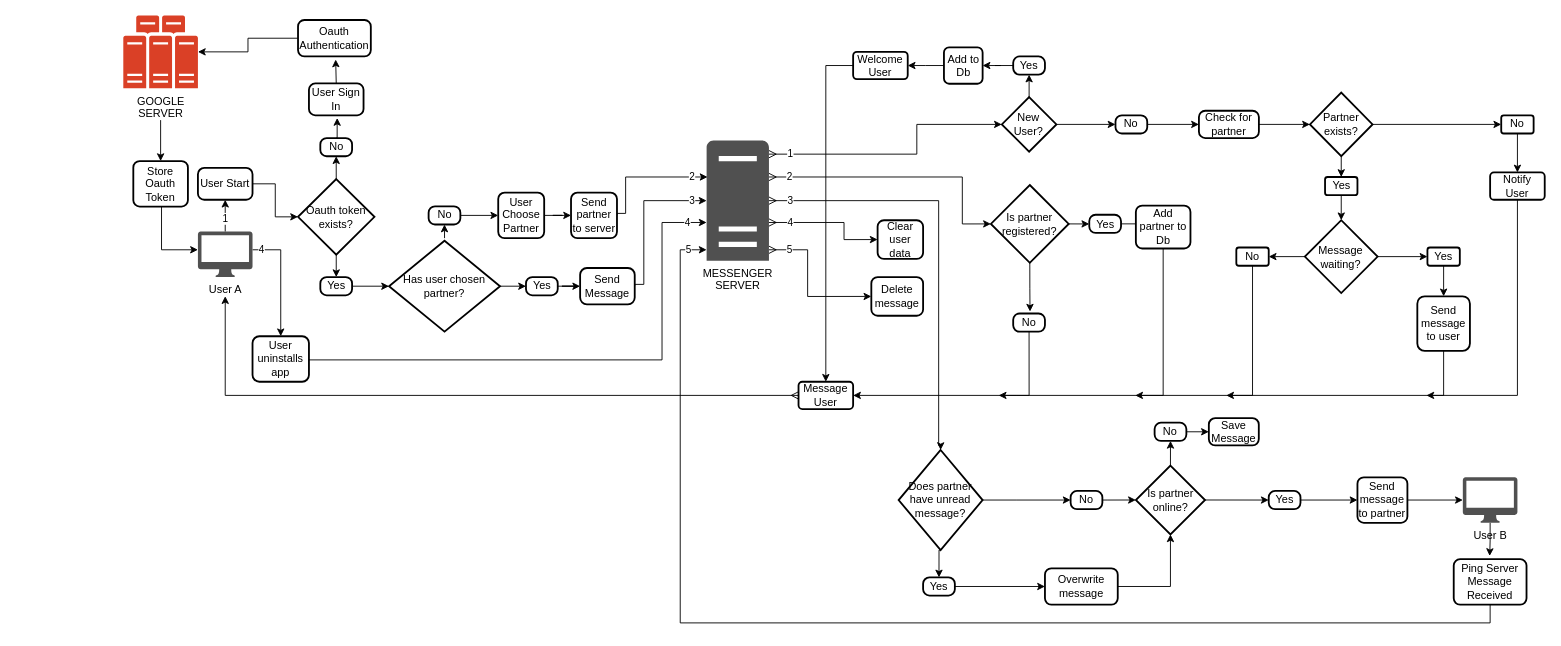
This is mini_messenger_flowchart.drawio from gitupwithit/mini_messenger_extension, a draw.io file, before an edit. Source tidied: cells renumbered, new cells numbered last; positions are measured from the earlier drawing's top-left corner, leaving out a move shared by most shapes. Both pictures are drawn from the tidied source at 91%, with x=0, y=0 at pixel (123, 15).
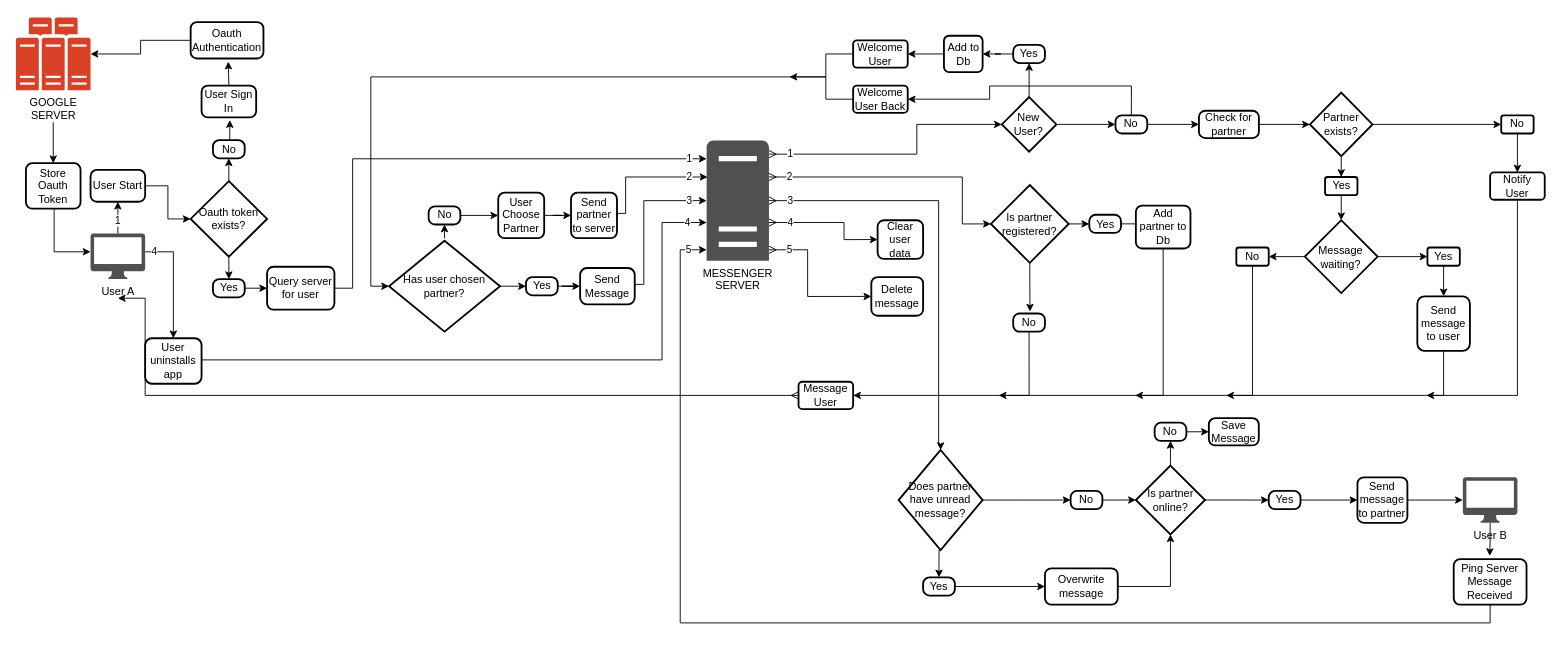
The same page after the edit.

The change refers to these unchanged cells:
```xml
<mxCell id="8" value="MESSENGER&lt;br&gt;SERVER" style="sketch=0;shadow=0;dashed=0;html=1;strokeColor=none;fillColor=#505050;labelPosition=center;verticalLabelPosition=bottom;verticalAlign=top;outlineConnect=0;align=center;shape=mxgraph.office.servers.server_generic;points=[[0.11,0.94,0,0,0],[0.5,1,0,0,34],[1,1,0,2,3]];" parent="1" vertex="1">
  <mxGeometry x="641" y="138" width="68.5" height="132" as="geometry" />
</mxCell>
<mxCell id="19" value="No" style="rounded=1;whiteSpace=wrap;html=1;absoluteArcSize=1;arcSize=14;strokeWidth=2;" parent="1" vertex="1">
  <mxGeometry x="1090.3" y="110.2" width="34.9" height="20" as="geometry" />
</mxCell>
<mxCell id="45" value="Has user chosen partner?" style="strokeWidth=2;html=1;shape=mxgraph.flowchart.decision;whiteSpace=wrap;" parent="1" vertex="1">
  <mxGeometry x="292" y="248" width="122" height="100" as="geometry" />
</mxCell>
<mxCell id="53" value="Send&lt;div&gt;partner to server&lt;/div&gt;" style="rounded=1;whiteSpace=wrap;html=1;absoluteArcSize=1;arcSize=14;strokeWidth=2;" parent="1" vertex="1">
  <mxGeometry x="492" y="195.2" width="50.5" height="50" as="geometry" />
</mxCell>
<mxCell id="65" value="Send Message" style="rounded=1;whiteSpace=wrap;html=1;absoluteArcSize=1;arcSize=15;strokeWidth=2;" parent="1" vertex="1">
  <mxGeometry x="502" y="278" width="60" height="40" as="geometry" />
</mxCell>
<mxCell id="86" value="Message User" style="whiteSpace=wrap;html=1;rounded=1;arcSize=14;strokeWidth=2;" parent="1" vertex="1">
  <mxGeometry x="742" y="403" width="60" height="30" as="geometry" />
</mxCell>
```

Change to the diagram source:
```diff
@@
     <mxCell id="2" value="1" style="edgeStyle=orthogonalEdgeStyle;rounded=0;jettySize=auto;html=1;entryX=0.5;entryY=1;entryDx=0;entryDy=0;" parent="1" edge="1" source="4" target="5">
       <mxGeometry x="-0.2" relative="1" as="geometry">
         <Array as="points">
-          <mxPoint x="112" y="218" />
-          <mxPoint x="112" y="218" />
+          <mxPoint x="-6" y="220.2" />
+          <mxPoint x="-6" y="220.2" />
         </Array>
       </mxGeometry>
     </mxCell>
     <mxCell id="3" value="4" style="edgeStyle=orthogonalEdgeStyle;rounded=0;jettySize=auto;html=1;entryX=0.5;entryY=0;entryDx=0;entryDy=0;" parent="1" edge="1" source="4" target="91">
       <mxGeometry x="-0.84" relative="1" as="geometry">
         <Array as="points">
-          <mxPoint x="173" y="258" />
+          <mxPoint x="55" y="260.2" />
         </Array>
       </mxGeometry>
     </mxCell>
     <mxCell id="4" value="User A" style="sketch=0;shadow=0;dashed=0;html=1;strokeColor=none;fillColor=#505050;labelPosition=center;verticalLabelPosition=bottom;verticalAlign=top;outlineConnect=0;align=center;shape=mxgraph.office.devices.mac_client;points=[[0.02,0.06,0,0,0],[0.5,1,0,0,21]];" parent="1" vertex="1">
-      <mxGeometry x="82" y="238" width="60" height="50" as="geometry" />
+      <mxGeometry x="-36" y="240.2" width="60" height="50" as="geometry" />
     </mxCell>
     <mxCell id="5" value="User Start" style="rounded=1;whiteSpace=wrap;html=1;absoluteArcSize=1;arcSize=14;strokeWidth=2;" parent="1" vertex="1">
-      <mxGeometry x="82" y="168" width="60" height="35" as="geometry" />
+      <mxGeometry x="-36" y="170.2" width="60" height="35" as="geometry" />
     </mxCell>
@@
     <mxCell id="10" value="GOOGLE&lt;br&gt;SERVER" style="sketch=0;shadow=0;dashed=0;html=1;strokeColor=none;fillColor=#505050;labelPosition=center;verticalLabelPosition=bottom;verticalAlign=top;outlineConnect=0;align=center;shape=mxgraph.office.servers.server_farm;fillColor=#DA4026;points=[[0,0.84,0,-3,0],[0.5,1,0,0,35]];" parent="1" vertex="1">
-      <mxGeometry y="0.5" width="82" height="80" as="geometry" />
+      <mxGeometry x="-118" y="2.8" width="82" height="80" as="geometry" />
     </mxCell>
     <mxCell id="11" value="Oauth&lt;div&gt;&lt;span style=&quot;background-color: initial;&quot;&gt;Authentication&lt;/span&gt;&lt;/div&gt;" style="rounded=1;whiteSpace=wrap;html=1;absoluteArcSize=1;arcSize=14;strokeWidth=2;" parent="1" vertex="1">
-      <mxGeometry x="192" y="5.5" width="80" height="40" as="geometry" />
+      <mxGeometry x="74" y="7.8" width="80" height="40" as="geometry" />
     </mxCell>
     <mxCell id="12" style="edgeStyle=orthogonalEdgeStyle;rounded=0;jettySize=auto;html=1;exitX=0.5;exitY=0;exitDx=0;exitDy=0;" parent="1" edge="1" source="13" target="4">
       <mxGeometry relative="1" as="geometry">
         <Array as="points">
-          <mxPoint x="42" y="258" />
+          <mxPoint x="-76" y="260.2" />
         </Array>
       </mxGeometry>
     </mxCell>
     <mxCell id="13" value="Store&lt;div&gt;Oauth&lt;/div&gt;&lt;div&gt;Token&lt;/div&gt;" style="rounded=1;whiteSpace=wrap;html=1;absoluteArcSize=1;arcSize=14;strokeWidth=2;" parent="1" vertex="1">
-      <mxGeometry x="11" y="160.5" width="60" height="50" as="geometry" />
+      <mxGeometry x="-107" y="162.8" width="60" height="50" as="geometry" />
     </mxCell>
@@
     <mxCell id="17" value="Yes" style="rounded=1;whiteSpace=wrap;html=1;absoluteArcSize=1;arcSize=14;strokeWidth=2;" parent="1" vertex="1">
-      <mxGeometry x="977.9" y="45.5" width="34.9" height="20" as="geometry" />
+      <mxGeometry x="977.9" y="32.8" width="34.9" height="20" as="geometry" />
     </mxCell>
@@
+    <mxCell id="110" style="edgeStyle=orthogonalEdgeStyle;rounded=0;jettySize=auto;html=1;exitX=0.5;exitY=0;exitDx=0;exitDy=0;entryX=1;entryY=0.5;entryDx=0;entryDy=0;" parent="1" edge="1" source="19" target="115">
+      <mxGeometry relative="1" as="geometry">
+        <Array as="points">
+          <mxPoint x="1108" y="78" />
+          <mxPoint x="952" y="78" />
+          <mxPoint x="952" y="93" />
+        </Array>
+      </mxGeometry>
+    </mxCell>
@@
     <mxCell id="22" value="Add to Db" style="whiteSpace=wrap;html=1;rounded=1;arcSize=14;strokeWidth=2;" parent="1" vertex="1">
-      <mxGeometry x="901.8" y="35.5" width="42.5" height="40" as="geometry" />
+      <mxGeometry x="901.8" y="22.8" width="42.5" height="40" as="geometry" />
     </mxCell>
     <mxCell id="23" style="edgeStyle=orthogonalEdgeStyle;rounded=0;jettySize=auto;html=1;exitX=0;exitY=0.5;exitDx=0;exitDy=0;entryX=0.5;entryY=1;entryDx=0;entryDy=21;entryPerimeter=0;startArrow=ERmany;startFill=0;flowAnimation=1;" parent="1" edge="1" source="86" target="4">
       <mxGeometry relative="1" as="geometry">
         <Array as="points">
-          <mxPoint x="112" y="418" />
+          <mxPoint x="24" y="418" />
         </Array>
       </mxGeometry>
     </mxCell>
-    <mxCell id="24" style="edgeStyle=orthogonalEdgeStyle;rounded=0;jettySize=auto;html=1;flowAnimation=1;" parent="1" edge="1" source="25" target="86">
+    <mxCell id="24" style="edgeStyle=orthogonalEdgeStyle;rounded=0;jettySize=auto;html=1;flowAnimation=1;entryX=0;entryY=0.5;entryDx=0;entryDy=0;entryPerimeter=0;exitX=0;exitY=0.5;exitDx=0;exitDy=0;" parent="1" edge="1" source="25" target="45">
       <mxGeometry relative="1" as="geometry">
         <Array as="points">
-          <mxPoint x="772" y="56" />
+          <mxPoint x="772" y="43" />
+          <mxPoint x="772" y="68" />
+          <mxPoint x="272" y="68" />
+          <mxPoint x="272" y="298" />
         </Array>
       </mxGeometry>
     </mxCell>
     <mxCell id="25" value="Welcome&lt;div&gt;User&lt;/div&gt;" style="whiteSpace=wrap;html=1;rounded=1;arcSize=14;strokeWidth=2;" parent="1" vertex="1">
-      <mxGeometry x="802" y="40.5" width="60" height="30" as="geometry" />
+      <mxGeometry x="802" y="27.8" width="60" height="30" as="geometry" />
     </mxCell>
@@
     <mxCell id="52" value="2" style="edgeStyle=orthogonalEdgeStyle;rounded=0;jettySize=auto;html=1;exitX=1;exitY=0.5;exitDx=0;exitDy=0;" parent="1" edge="1" source="53">
-      <mxGeometry x="0.77" relative="1" as="geometry">
+      <mxGeometry x="0.72" relative="1" as="geometry">
         <mxPoint x="642" y="178" as="targetPoint" />
         <Array as="points">
+          <mxPoint x="543" y="218" />
           <mxPoint x="552" y="218" />
           <mxPoint x="552" y="178" />
         </Array>
       </mxGeometry>
     </mxCell>
@@
     <mxCell id="64" value="3" style="edgeStyle=orthogonalEdgeStyle;rounded=0;jettySize=auto;html=1;exitX=1;exitY=0.5;exitDx=0;exitDy=0;" parent="1" edge="1" source="65" target="8">
-      <mxGeometry x="0.81" relative="1" as="geometry">
+      <mxGeometry x="0.78" relative="1" as="geometry">
         <Array as="points">
           <mxPoint x="572" y="296" />
           <mxPoint x="572" y="204" />
         </Array>
       </mxGeometry>
     </mxCell>
@@
     <mxCell id="90" value="4" style="edgeStyle=orthogonalEdgeStyle;rounded=0;jettySize=auto;html=1;exitX=1;exitY=0.5;exitDx=0;exitDy=0;" parent="1" edge="1" source="91" target="8">
-      <mxGeometry x="0.93" relative="1" as="geometry">
+      <mxGeometry x="0.94" relative="1" as="geometry">
         <Array as="points">
           <mxPoint x="592" y="379" />
           <mxPoint x="592" y="228" />
         </Array>
       </mxGeometry>
     </mxCell>
     <mxCell id="91" value="User uninstalls app" style="rounded=1;whiteSpace=wrap;html=1;absoluteArcSize=1;arcSize=15;strokeWidth=2;" parent="1" vertex="1">
-      <mxGeometry x="142" y="353" width="62" height="50" as="geometry" />
+      <mxGeometry x="24" y="355.2" width="62" height="50" as="geometry" />
     </mxCell>
@@
     <mxCell id="101" value="Oauth token exists?" style="strokeWidth=2;html=1;shape=mxgraph.flowchart.decision;whiteSpace=wrap;" parent="1" vertex="1">
-      <mxGeometry x="192" y="180.3" width="84" height="83" as="geometry" />
+      <mxGeometry x="74" y="182.6" width="84" height="83" as="geometry" />
     </mxCell>
+    <mxCell id="111" style="edgeStyle=orthogonalEdgeStyle;rounded=0;jettySize=auto;html=1;exitX=1;exitY=0.5;exitDx=0;exitDy=0;entryX=0;entryY=0.5;entryDx=0;entryDy=0;" parent="1" edge="1" source="102" target="113">
+      <mxGeometry relative="1" as="geometry" />
+    </mxCell>
     <mxCell id="102" value="Yes" style="rounded=1;whiteSpace=wrap;html=1;absoluteArcSize=1;arcSize=14;strokeWidth=2;" parent="1" vertex="1">
-      <mxGeometry x="216.5" y="288" width="34.9" height="20" as="geometry" />
+      <mxGeometry x="98.5" y="290.2" width="34.9" height="20" as="geometry" />
     </mxCell>
     <mxCell id="103" value="No" style="rounded=1;whiteSpace=wrap;html=1;absoluteArcSize=1;arcSize=14;strokeWidth=2;" parent="1" vertex="1">
-      <mxGeometry x="216.5" y="135.2" width="34.9" height="20" as="geometry" />
+      <mxGeometry x="98.5" y="137.5" width="34.9" height="20" as="geometry" />
     </mxCell>
@@
-    <mxCell id="107" style="edgeStyle=orthogonalEdgeStyle;rounded=0;jettySize=auto;html=1;exitX=1;exitY=0.5;exitDx=0;exitDy=0;entryX=0;entryY=0.5;entryDx=0;entryDy=0;entryPerimeter=0;" parent="1" edge="1" source="102" target="45">
-      <mxGeometry relative="1" as="geometry" />
-    </mxCell>
@@
     <mxCell id="109" value="User Sign In" style="rounded=1;whiteSpace=wrap;html=1;absoluteArcSize=1;arcSize=14;strokeWidth=2;" parent="1" vertex="1">
-      <mxGeometry x="204" y="75.2" width="60" height="35" as="geometry" />
+      <mxGeometry x="86" y="77.5" width="60" height="35" as="geometry" />
     </mxCell>
+    <mxCell id="112" value="1" style="edgeStyle=orthogonalEdgeStyle;rounded=0;jettySize=auto;html=1;exitX=1;exitY=0.5;exitDx=0;exitDy=0;" parent="1" edge="1" source="113" target="8">
+      <mxGeometry x="0.93" relative="1" as="geometry">
+        <Array as="points">
+          <mxPoint x="252" y="300" />
+          <mxPoint x="252" y="158" />
+        </Array>
+      </mxGeometry>
+    </mxCell>
+    <mxCell id="113" value="Query server for user" style="rounded=1;whiteSpace=wrap;html=1;absoluteArcSize=1;arcSize=14;strokeWidth=2;" parent="1" vertex="1">
+      <mxGeometry x="158" y="276.6" width="74" height="47.2" as="geometry" />
+    </mxCell>
+    <mxCell id="114" style="edgeStyle=orthogonalEdgeStyle;rounded=0;jettySize=auto;html=1;exitX=0;exitY=0.5;exitDx=0;exitDy=0;flowAnimation=1;" parent="1" edge="1" source="115">
+      <mxGeometry relative="1" as="geometry">
+        <mxPoint x="732" y="68" as="targetPoint" />
+        <Array as="points">
+          <mxPoint x="772" y="93" />
+          <mxPoint x="772" y="68" />
+          <mxPoint x="742" y="68" />
+        </Array>
+      </mxGeometry>
+    </mxCell>
+    <mxCell id="115" value="Welcome&lt;div&gt;User Back&lt;/div&gt;" style="whiteSpace=wrap;html=1;rounded=1;arcSize=14;strokeWidth=2;" parent="1" vertex="1">
+      <mxGeometry x="802" y="77.5" width="60" height="30" as="geometry" />
+    </mxCell>
```
